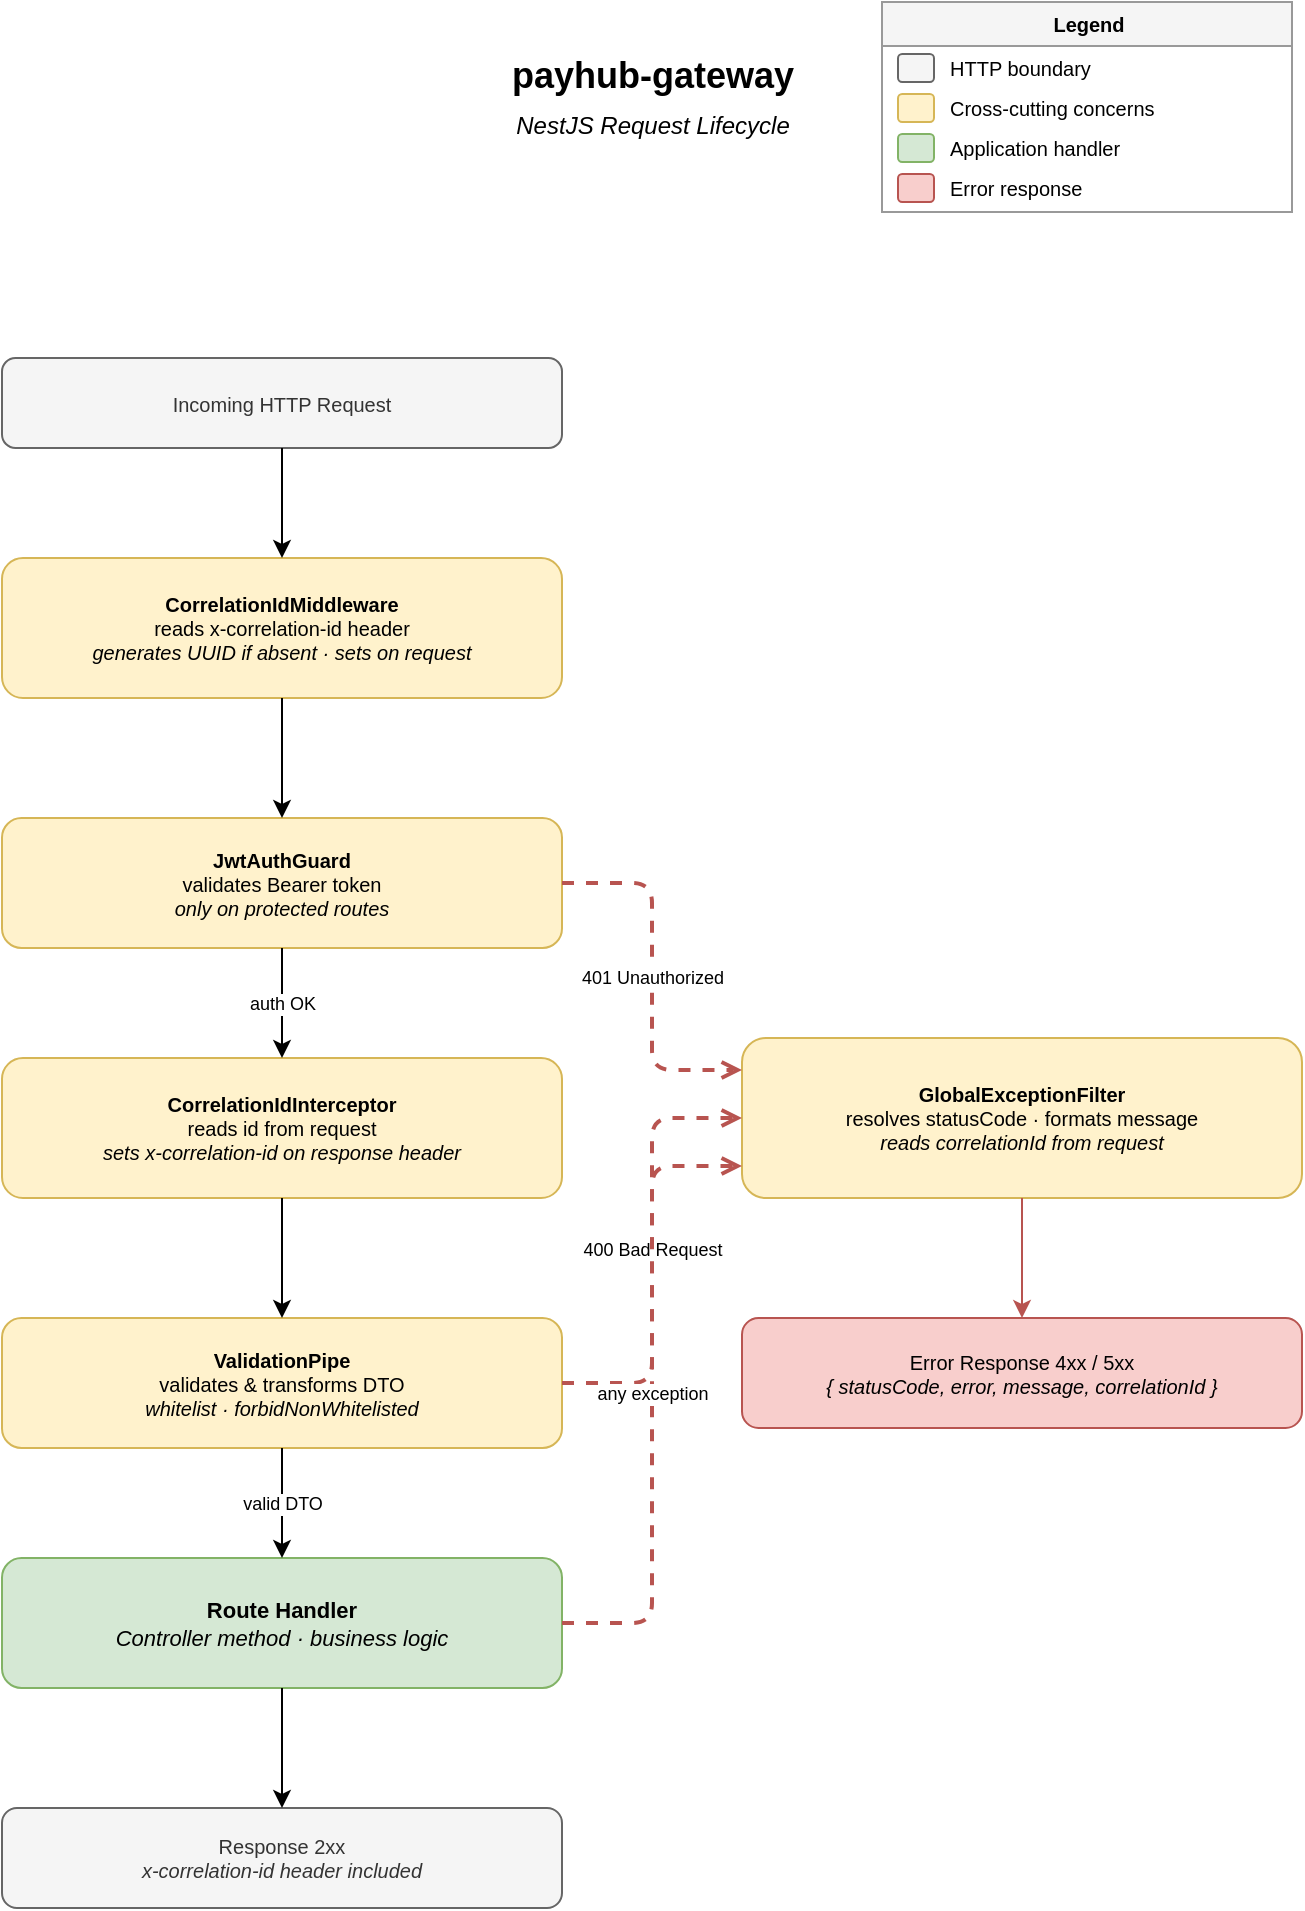
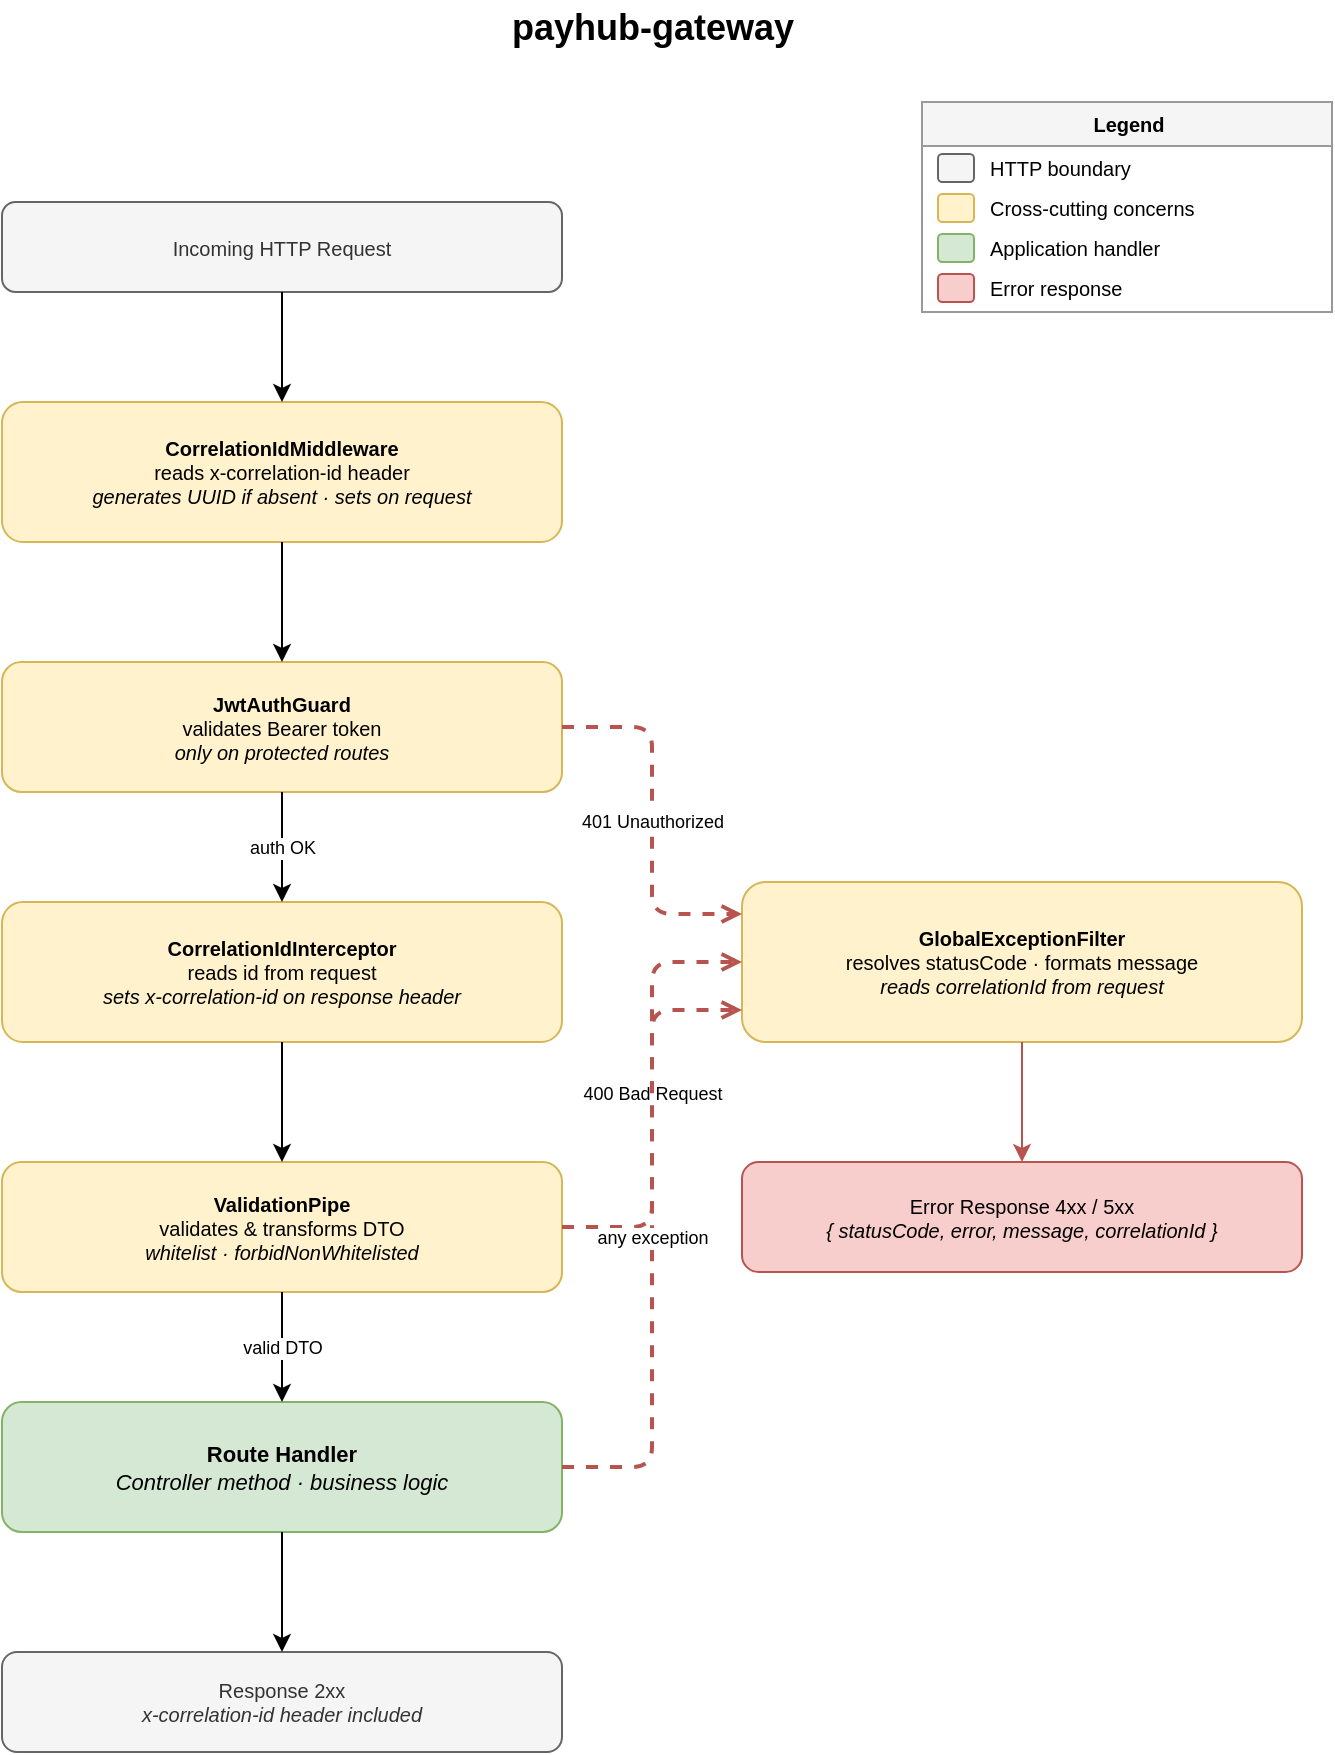
<mxfile host="Electron">
  <diagram name="Request Lifecycle" id="payhub-lifecycle-v1">
-     <mxGraphModel dx="1200" dy="900" grid="1" gridSize="10" guides="1" tooltips="1" connect="1" arrows="1" fold="1" page="1" pageScale="1" pageWidth="750" pageHeight="960" math="0" shadow="0">
+     <mxGraphModel dx="1640" dy="1961" grid="1" gridSize="10" guides="1" tooltips="1" connect="1" arrows="1" fold="1" page="1" pageScale="1" pageWidth="750" pageHeight="960" math="0" shadow="0">
      <root>
        <mxCell id="0" />
        <mxCell id="1" parent="0" />
- 
-         <!-- TITLE -->
        <mxCell id="lc-title" parent="1" style="text;html=1;strokeColor=none;fillColor=none;align=center;verticalAlign=middle;fontSize=18;fontStyle=1;" value="payhub-gateway" vertex="1">
-           <mxGeometry height="28" width="500" x="125" y="-105" as="geometry" />
+           <mxGeometry height="28" width="500" x="125" y="-51" as="geometry" />
        </mxCell>
-         <mxCell id="lc-subtitle" parent="1" style="text;html=1;strokeColor=none;fillColor=none;align=center;verticalAlign=middle;fontSize=12;fontStyle=2;" value="NestJS Request Lifecycle" vertex="1">
-           <mxGeometry height="20" width="500" x="125" y="-76" as="geometry" />
-         </mxCell>
- 
-         <!-- ═══ PIPELINE STEPS ═══ -->
- 
        <mxCell id="lc-request-in" parent="1" style="rounded=1;fillColor=#f5f5f5;strokeColor=#666666;fontSize=10;html=1;whiteSpace=wrap;fontColor=#333333;" value="Incoming HTTP Request" vertex="1">
          <mxGeometry height="45" width="280" x="50" y="50" as="geometry" />
        </mxCell>
- 
        <mxCell id="lc-middleware" parent="1" style="rounded=1;fillColor=#fff2cc;strokeColor=#d6b656;fontSize=10;html=1;whiteSpace=wrap;" value="&lt;b&gt;CorrelationIdMiddleware&lt;/b&gt;&lt;br&gt;reads x-correlation-id header&lt;br&gt;&lt;i&gt;generates UUID if absent · sets on request&lt;/i&gt;" vertex="1">
          <mxGeometry height="70" width="280" x="50" y="150" as="geometry" />
        </mxCell>
- 
        <mxCell id="lc-guard" parent="1" style="rounded=1;fillColor=#fff2cc;strokeColor=#d6b656;fontSize=10;html=1;whiteSpace=wrap;" value="&lt;b&gt;JwtAuthGuard&lt;/b&gt;&lt;br&gt;validates Bearer token&lt;br&gt;&lt;i&gt;only on protected routes&lt;/i&gt;" vertex="1">
          <mxGeometry height="65" width="280" x="50" y="280" as="geometry" />
        </mxCell>
- 
        <mxCell id="lc-interceptor" parent="1" style="rounded=1;fillColor=#fff2cc;strokeColor=#d6b656;fontSize=10;html=1;whiteSpace=wrap;" value="&lt;b&gt;CorrelationIdInterceptor&lt;/b&gt;&lt;br&gt;reads id from request&lt;br&gt;&lt;i&gt;sets x-correlation-id on response header&lt;/i&gt;" vertex="1">
          <mxGeometry height="70" width="280" x="50" y="400" as="geometry" />
        </mxCell>
- 
        <mxCell id="lc-pipe" parent="1" style="rounded=1;fillColor=#fff2cc;strokeColor=#d6b656;fontSize=10;html=1;whiteSpace=wrap;" value="&lt;b&gt;ValidationPipe&lt;/b&gt;&lt;br&gt;validates &amp; transforms DTO&lt;br&gt;&lt;i&gt;whitelist · forbidNonWhitelisted&lt;/i&gt;" vertex="1">
          <mxGeometry height="65" width="280" x="50" y="530" as="geometry" />
        </mxCell>
- 
        <mxCell id="lc-handler" parent="1" style="rounded=1;fillColor=#d5e8d4;strokeColor=#82b366;fontSize=11;html=1;whiteSpace=wrap;" value="&lt;b&gt;Route Handler&lt;/b&gt;&lt;br&gt;&lt;i&gt;Controller method · business logic&lt;/i&gt;" vertex="1">
          <mxGeometry height="65" width="280" x="50" y="650" as="geometry" />
        </mxCell>
- 
        <mxCell id="lc-response-out" parent="1" style="rounded=1;fillColor=#f5f5f5;strokeColor=#666666;fontSize=10;html=1;whiteSpace=wrap;fontColor=#333333;" value="Response 2xx&lt;br&gt;&lt;i&gt;x-correlation-id header included&lt;/i&gt;" vertex="1">
          <mxGeometry height="50" width="280" x="50" y="775" as="geometry" />
        </mxCell>
- 
-         <!-- ═══ EXCEPTION PATH ═══ -->
- 
        <mxCell id="lc-exception-filter" parent="1" style="rounded=1;fillColor=#fff2cc;strokeColor=#d6b656;fontSize=10;html=1;whiteSpace=wrap;" value="&lt;b&gt;GlobalExceptionFilter&lt;/b&gt;&lt;br&gt;resolves statusCode · formats message&lt;br&gt;&lt;i&gt;reads correlationId from request&lt;/i&gt;" vertex="1">
          <mxGeometry height="80" width="280" x="420" y="390" as="geometry" />
        </mxCell>
- 
        <mxCell id="lc-error-response" parent="1" style="rounded=1;fillColor=#f8cecc;strokeColor=#b85450;fontSize=10;html=1;whiteSpace=wrap;" value="Error Response 4xx / 5xx&lt;br&gt;&lt;i&gt;{ statusCode, error, message, correlationId }&lt;/i&gt;" vertex="1">
          <mxGeometry height="55" width="280" x="420" y="530" as="geometry" />
        </mxCell>
- 
-         <!-- ═══ LEGEND ═══ -->
- 
        <mxCell id="lc-legend" parent="1" style="swimlane;startSize=22;fillColor=#f5f5f5;strokeColor=#999999;fontStyle=1;fontSize=10;html=1;" value="Legend" vertex="1">
-           <mxGeometry height="105" width="205" x="490" y="-128" as="geometry" />
+           <mxGeometry height="105" width="205" x="510" as="geometry" />
        </mxCell>
        <mxCell id="lc-leg-1" parent="lc-legend" style="rounded=1;fillColor=#f5f5f5;strokeColor=#666666;fontSize=9;html=1;" value="" vertex="1">
          <mxGeometry height="14" width="18" x="8" y="26" as="geometry" />
        </mxCell>
        <mxCell id="lc-leg-1t" parent="lc-legend" style="text;html=1;strokeColor=none;fillColor=none;align=left;fontSize=10;verticalAlign=middle;" value="HTTP boundary" vertex="1">
          <mxGeometry height="14" width="165" x="32" y="26" as="geometry" />
        </mxCell>
        <mxCell id="lc-leg-2" parent="lc-legend" style="rounded=1;fillColor=#fff2cc;strokeColor=#d6b656;fontSize=9;html=1;" value="" vertex="1">
          <mxGeometry height="14" width="18" x="8" y="46" as="geometry" />
        </mxCell>
        <mxCell id="lc-leg-2t" parent="lc-legend" style="text;html=1;strokeColor=none;fillColor=none;align=left;fontSize=10;verticalAlign=middle;" value="Cross-cutting concerns" vertex="1">
          <mxGeometry height="14" width="165" x="32" y="46" as="geometry" />
        </mxCell>
        <mxCell id="lc-leg-3" parent="lc-legend" style="rounded=1;fillColor=#d5e8d4;strokeColor=#82b366;fontSize=9;html=1;" value="" vertex="1">
          <mxGeometry height="14" width="18" x="8" y="66" as="geometry" />
        </mxCell>
        <mxCell id="lc-leg-3t" parent="lc-legend" style="text;html=1;strokeColor=none;fillColor=none;align=left;fontSize=10;verticalAlign=middle;" value="Application handler" vertex="1">
          <mxGeometry height="14" width="165" x="32" y="66" as="geometry" />
        </mxCell>
        <mxCell id="lc-leg-4" parent="lc-legend" style="rounded=1;fillColor=#f8cecc;strokeColor=#b85450;fontSize=9;html=1;" value="" vertex="1">
          <mxGeometry height="14" width="18" x="8" y="86" as="geometry" />
        </mxCell>
        <mxCell id="lc-leg-4t" parent="lc-legend" style="text;html=1;strokeColor=none;fillColor=none;align=left;fontSize=10;verticalAlign=middle;" value="Error response" vertex="1">
          <mxGeometry height="14" width="165" x="32" y="86" as="geometry" />
        </mxCell>
- 
-         <!-- ═══ NORMAL FLOW ARROWS ═══ -->
- 
-         <mxCell id="lc-e1" edge="1" parent="1" source="lc-request-in" target="lc-middleware" style="edgeStyle=orthogonalEdgeStyle;html=1;fontSize=9;" value="">
+         <mxCell id="lc-e1" edge="1" parent="1" source="lc-request-in" style="edgeStyle=orthogonalEdgeStyle;html=1;fontSize=9;" target="lc-middleware" value="">
          <mxGeometry relative="1" as="geometry" />
        </mxCell>
-         <mxCell id="lc-e2" edge="1" parent="1" source="lc-middleware" target="lc-guard" style="edgeStyle=orthogonalEdgeStyle;html=1;fontSize=9;" value="">
+         <mxCell id="lc-e2" edge="1" parent="1" source="lc-middleware" style="edgeStyle=orthogonalEdgeStyle;html=1;fontSize=9;" target="lc-guard" value="">
          <mxGeometry relative="1" as="geometry" />
        </mxCell>
-         <mxCell id="lc-e3" edge="1" parent="1" source="lc-guard" target="lc-interceptor" style="edgeStyle=orthogonalEdgeStyle;html=1;fontSize=9;" value="auth OK">
+         <mxCell id="lc-e3" edge="1" parent="1" source="lc-guard" style="edgeStyle=orthogonalEdgeStyle;html=1;fontSize=9;" target="lc-interceptor" value="auth OK">
          <mxGeometry relative="1" as="geometry" />
        </mxCell>
-         <mxCell id="lc-e4" edge="1" parent="1" source="lc-interceptor" target="lc-pipe" style="edgeStyle=orthogonalEdgeStyle;html=1;fontSize=9;" value="">
+         <mxCell id="lc-e4" edge="1" parent="1" source="lc-interceptor" style="edgeStyle=orthogonalEdgeStyle;html=1;fontSize=9;" target="lc-pipe" value="">
          <mxGeometry relative="1" as="geometry" />
        </mxCell>
-         <mxCell id="lc-e5" edge="1" parent="1" source="lc-pipe" target="lc-handler" style="edgeStyle=orthogonalEdgeStyle;html=1;fontSize=9;" value="valid DTO">
+         <mxCell id="lc-e5" edge="1" parent="1" source="lc-pipe" style="edgeStyle=orthogonalEdgeStyle;html=1;fontSize=9;" target="lc-handler" value="valid DTO">
          <mxGeometry relative="1" as="geometry" />
        </mxCell>
-         <mxCell id="lc-e6" edge="1" parent="1" source="lc-handler" target="lc-response-out" style="edgeStyle=orthogonalEdgeStyle;html=1;fontSize=9;" value="">
+         <mxCell id="lc-e6" edge="1" parent="1" source="lc-handler" style="edgeStyle=orthogonalEdgeStyle;html=1;fontSize=9;" target="lc-response-out" value="">
          <mxGeometry relative="1" as="geometry" />
        </mxCell>
- 
-         <!-- ═══ EXCEPTION ARROWS ═══ -->
- 
-         <mxCell id="lc-ex1" edge="1" parent="1" source="lc-guard" target="lc-exception-filter" style="edgeStyle=orthogonalEdgeStyle;html=1;fontSize=9;dashed=1;strokeColor=#b85450;endArrow=open;endFill=0;strokeWidth=2;exitX=1;exitY=0.5;exitDx=0;exitDy=0;entryX=0;entryY=0.2;entryDx=0;entryDy=0;" value="401 Unauthorized">
+         <mxCell id="lc-ex1" edge="1" parent="1" source="lc-guard" style="edgeStyle=orthogonalEdgeStyle;html=1;fontSize=9;dashed=1;strokeColor=#b85450;endArrow=open;endFill=0;strokeWidth=2;exitX=1;exitY=0.5;exitDx=0;exitDy=0;entryX=0;entryY=0.2;entryDx=0;entryDy=0;" target="lc-exception-filter" value="401 Unauthorized">
          <mxGeometry relative="1" as="geometry" />
        </mxCell>
-         <mxCell id="lc-ex2" edge="1" parent="1" source="lc-pipe" target="lc-exception-filter" style="edgeStyle=orthogonalEdgeStyle;html=1;fontSize=9;dashed=1;strokeColor=#b85450;endArrow=open;endFill=0;strokeWidth=2;exitX=1;exitY=0.5;exitDx=0;exitDy=0;entryX=0;entryY=0.5;entryDx=0;entryDy=0;" value="400 Bad Request">
+         <mxCell id="lc-ex2" edge="1" parent="1" source="lc-pipe" style="edgeStyle=orthogonalEdgeStyle;html=1;fontSize=9;dashed=1;strokeColor=#b85450;endArrow=open;endFill=0;strokeWidth=2;exitX=1;exitY=0.5;exitDx=0;exitDy=0;entryX=0;entryY=0.5;entryDx=0;entryDy=0;" target="lc-exception-filter" value="400 Bad Request">
          <mxGeometry relative="1" as="geometry" />
        </mxCell>
-         <mxCell id="lc-ex3" edge="1" parent="1" source="lc-handler" target="lc-exception-filter" style="edgeStyle=orthogonalEdgeStyle;html=1;fontSize=9;dashed=1;strokeColor=#b85450;endArrow=open;endFill=0;strokeWidth=2;exitX=1;exitY=0.5;exitDx=0;exitDy=0;entryX=0;entryY=0.8;entryDx=0;entryDy=0;" value="any exception">
+         <mxCell id="lc-ex3" edge="1" parent="1" source="lc-handler" style="edgeStyle=orthogonalEdgeStyle;html=1;fontSize=9;dashed=1;strokeColor=#b85450;endArrow=open;endFill=0;strokeWidth=2;exitX=1;exitY=0.5;exitDx=0;exitDy=0;entryX=0;entryY=0.8;entryDx=0;entryDy=0;" target="lc-exception-filter" value="any exception">
          <mxGeometry relative="1" as="geometry" />
        </mxCell>
-         <mxCell id="lc-ex4" edge="1" parent="1" source="lc-exception-filter" target="lc-error-response" style="edgeStyle=orthogonalEdgeStyle;html=1;fontSize=9;strokeColor=#b85450;" value="">
+         <mxCell id="lc-ex4" edge="1" parent="1" source="lc-exception-filter" style="edgeStyle=orthogonalEdgeStyle;html=1;fontSize=9;strokeColor=#b85450;" target="lc-error-response" value="">
          <mxGeometry relative="1" as="geometry" />
        </mxCell>
- 
      </root>
    </mxGraphModel>
  </diagram>
</mxfile>
